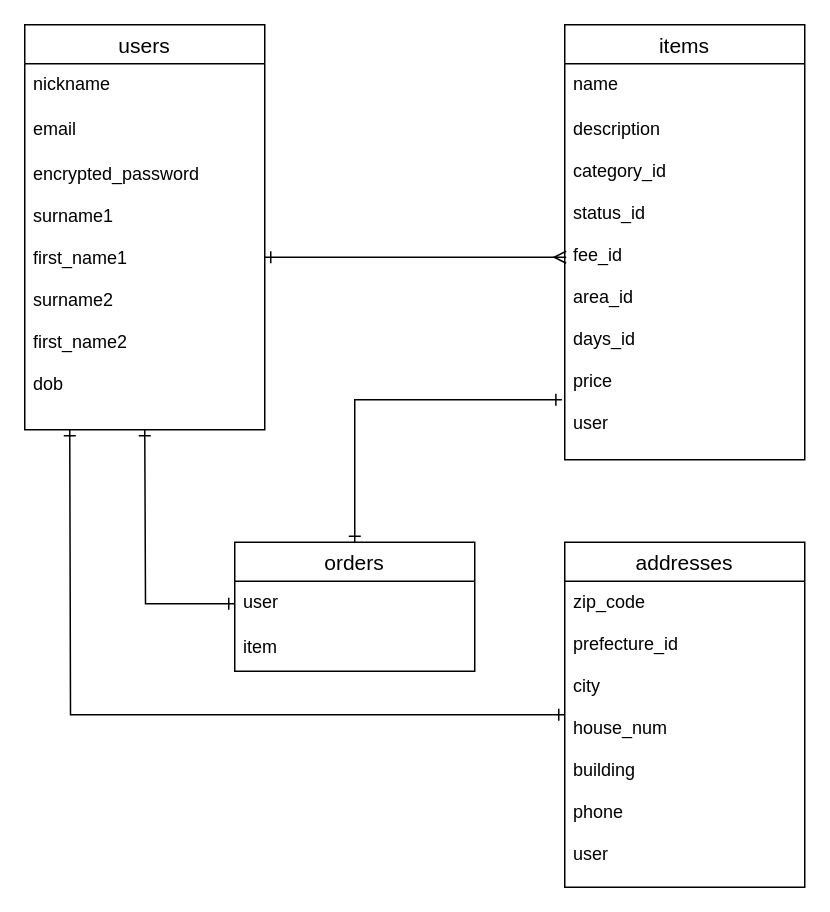
Before: .dio in Hiroki-Sakurazawa/furima-28665, a draw.io diagram. Source tidied: cells renumbered, new cells numbered last; positions are measured from the earlier drawing's top-left corner, leaving out a move shared by most shapes. Both pictures are drawn from the tidied source at 150%, with x=0, y=0 at pixel (24, 24).
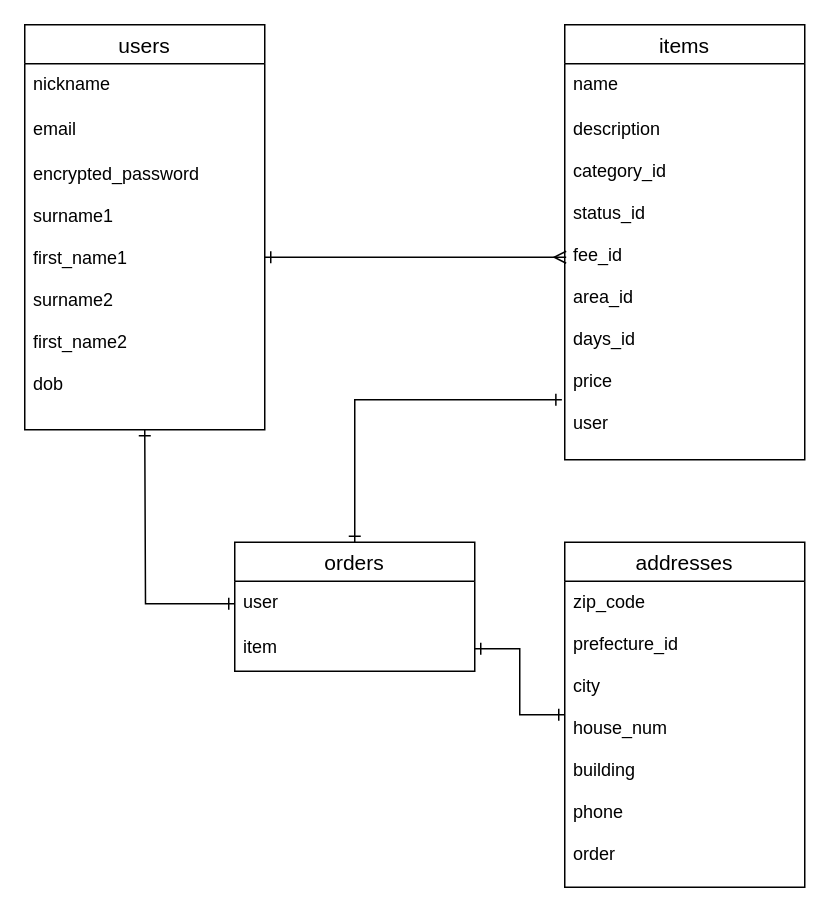
The same diagram, later.

The change refers to these unchanged cells:
```xml
<mxCell id="12" value="addresses" style="swimlane;fontStyle=0;horizontal=1;startSize=26;align=center;fontSize=14;" parent="1" vertex="1">
  <mxGeometry x="360" y="345" width="160" height="230" as="geometry" />
</mxCell>
<mxCell id="17" value="item" style="text;strokeColor=none;fillColor=none;spacingLeft=4;spacingRight=4;overflow=hidden;points=[[0,0.5],[1,0.5]];portConstraint=eastwest;fontSize=12;" parent="15" vertex="1">
  <mxGeometry y="56" width="160" height="30" as="geometry" />
</mxCell>
```

Change to the diagram source:
```diff
@@
-    <mxCell id="11" style="edgeStyle=orthogonalEdgeStyle;rounded=0;jettySize=auto;html=1;startArrow=ERone;startFill=0;endArrow=ERone;endFill=0;" parent="1" edge="1" source="12">
-      <mxGeometry relative="1" as="geometry">
-        <mxPoint x="30" y="270" as="targetPoint" />
-      </mxGeometry>
+    <mxCell id="11" style="edgeStyle=orthogonalEdgeStyle;rounded=0;jettySize=auto;html=1;startArrow=ERone;startFill=0;endArrow=ERone;endFill=0;entryX=1;entryY=0.5;entryDx=0;entryDy=0;" parent="1" edge="1" source="12" target="17">
+      <mxGeometry relative="1" as="geometry" />
     </mxCell>
@@
-    <mxCell id="13" value="zip_code&#10;&#10;prefecture_id&#10;&#10;city&#10;&#10;house_num&#10;&#10;building&#10;&#10;phone&#10;&#10;user" style="text;strokeColor=none;fillColor=none;spacingLeft=4;spacingRight=4;overflow=hidden;fontSize=12;" parent="12" vertex="1">
+    <mxCell id="13" value="zip_code&#10;&#10;prefecture_id&#10;&#10;city&#10;&#10;house_num&#10;&#10;building&#10;&#10;phone&#10;&#10;order" style="text;strokeColor=none;fillColor=none;spacingLeft=4;spacingRight=4;overflow=hidden;fontSize=12;" parent="12" vertex="1">
       <mxGeometry y="26" width="160" height="204" as="geometry" />
     </mxCell>
```
